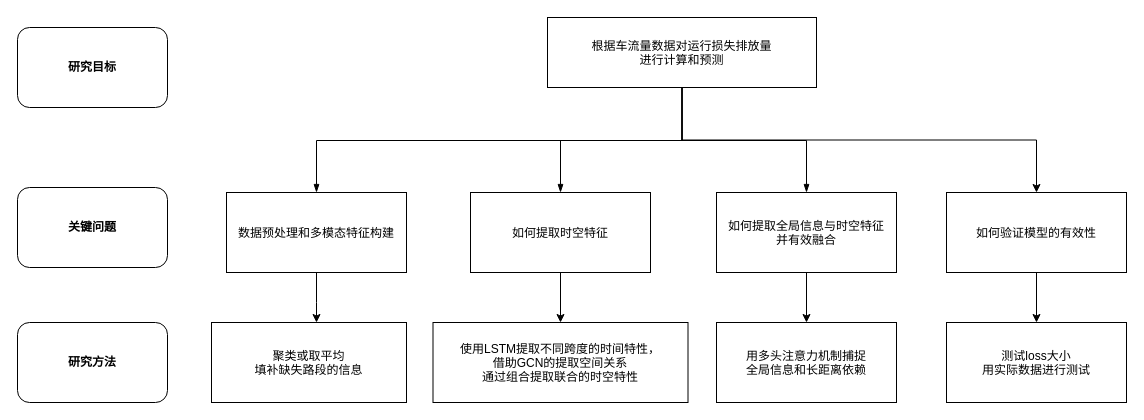
oldblackhui/USTC_class_resources keeps this draw.io diagram as 未命名绘图.drawio. Above is the earlier version. Source tidied: cells renumbered, new cells numbered last; positions are measured from the earlier drawing's top-left corner, leaving out a move shared by most shapes. Both pictures are drawn from the tidied source at 100%, with x=0, y=0 at pixel (17, 17).
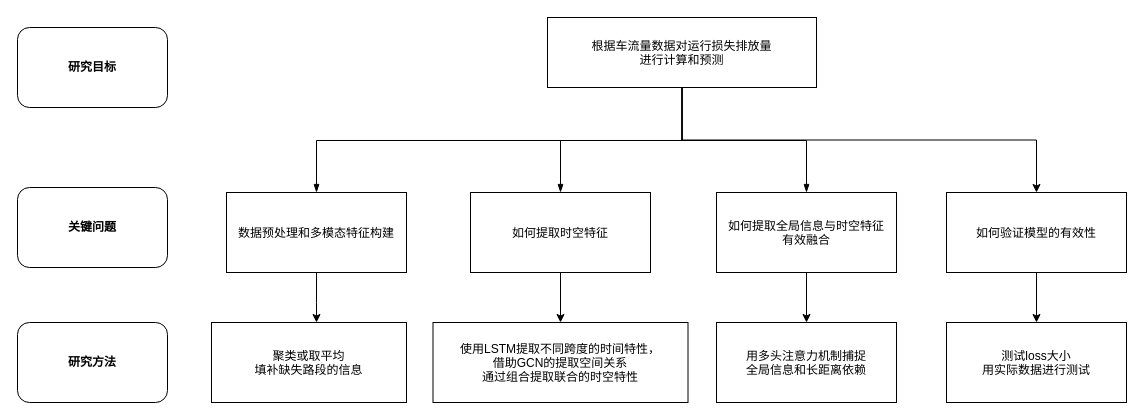
Above is the later version.

Commit message:
更新未命名绘图.drawio

The edit, as a diff of the source:
```diff
@@
-    <mxCell id="14" value="如何提取全局信息与时空特征&#10;并有效融合" parent="1" vertex="1">
+    <mxCell id="14" value="如何提取全局信息与时空特征&#10;有效融合" parent="1" vertex="1">
       <mxGeometry x="699" y="175" width="180" height="80" as="geometry" />
     </mxCell>
```
